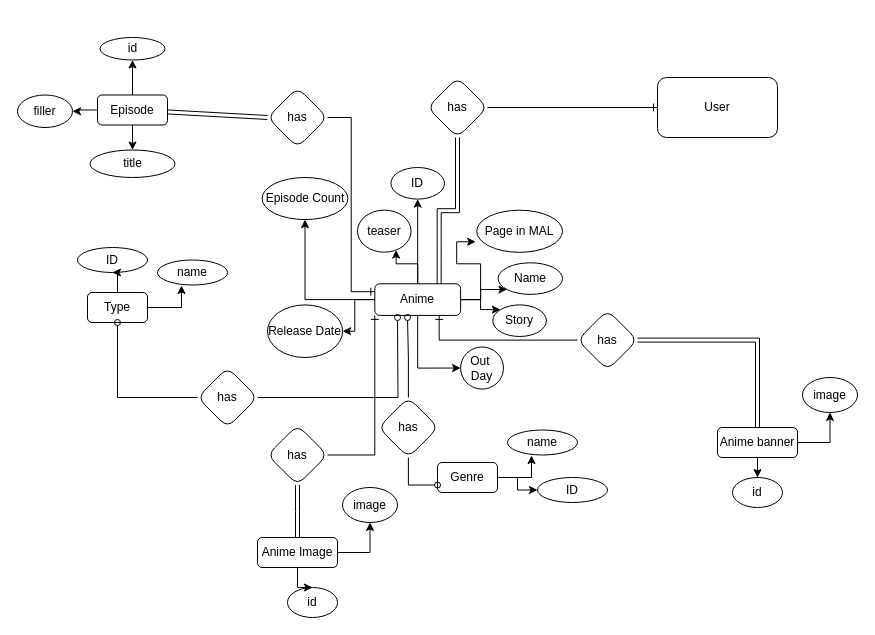
This is watch-diagrame.drawio from abd-el-rahman-abd-el-zaher/Watch, a draw.io file, before an edit. Source tidied: cells renumbered, new cells numbered last; positions are measured from the earlier drawing's top-left corner, leaving out a move shared by most shapes. Both pictures are drawn from the tidied source at 100%, with x=0, y=0 at pixel (17, 37).
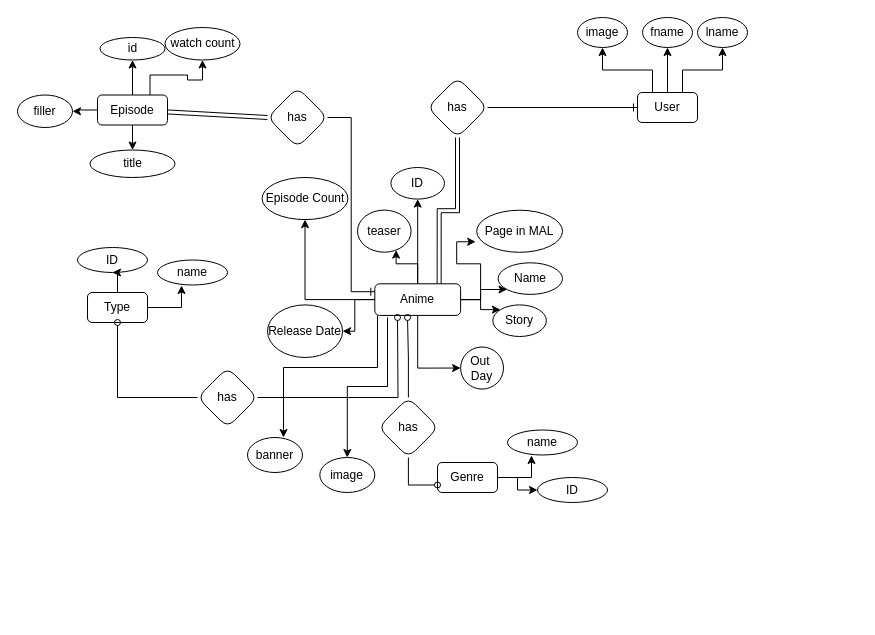
After the change.

The change refers to these unchanged cells:
```xml
<mxCell id="4" value="Anime" style="rounded=1;whiteSpace=wrap;html=1;" parent="3" vertex="1">
  <mxGeometry x="107.3" y="94.7" width="85.8" height="31.6" as="geometry" />
</mxCell>
```

Change to the diagram source:
```diff
@@
+    <mxCell id="72" style="edgeStyle=orthogonalEdgeStyle;rounded=0;jettySize=auto;html=1;" parent="1" edge="1" source="2" target="76">
+      <mxGeometry relative="1" as="geometry" />
+    </mxCell>
     <mxCell id="2" value="User" style="rounded=1;whiteSpace=wrap;html=1;" parent="1" vertex="1">
-      <mxGeometry x="640" y="40" width="120" height="60" as="geometry" />
+      <mxGeometry x="620" y="55" width="60" height="30" as="geometry" />
     </mxCell>
@@
-    <mxCell id="25" style="group;" parent="1" vertex="1">
-      <mxGeometry x="240" y="430" width="140" height="100" as="geometry" />
-    </mxCell>
-    <mxCell id="26" value="Anime Image" style="rounded=1;whiteSpace=wrap;html=1;" parent="25" vertex="1">
-      <mxGeometry y="70" width="80" height="30" as="geometry" />
-    </mxCell>
-    <mxCell id="27" value="image" style="ellipse;whiteSpace=wrap;html=1;rounded=1;" parent="25" vertex="1">
-      <mxGeometry x="85" y="20" width="55" height="35" as="geometry" />
-    </mxCell>
-    <mxCell id="28" style="edgeStyle=orthogonalEdgeStyle;rounded=0;jettySize=auto;html=1;" parent="25" edge="1" source="26" target="27">
-      <mxGeometry relative="1" as="geometry" />
-    </mxCell>
-    <mxCell id="29" style="group;" parent="1" vertex="1">
-      <mxGeometry x="700" y="320" width="140" height="100" as="geometry" />
-    </mxCell>
-    <mxCell id="30" value="Anime banner" style="rounded=1;whiteSpace=wrap;html=1;" parent="29" vertex="1">
-      <mxGeometry y="70" width="80" height="30" as="geometry" />
-    </mxCell>
-    <mxCell id="31" value="image" style="ellipse;whiteSpace=wrap;html=1;rounded=1;" parent="29" vertex="1">
-      <mxGeometry x="85" y="20" width="55" height="35" as="geometry" />
-    </mxCell>
-    <mxCell id="32" style="edgeStyle=orthogonalEdgeStyle;rounded=0;jettySize=auto;html=1;" parent="29" edge="1" source="30" target="31">
-      <mxGeometry relative="1" as="geometry" />
-    </mxCell>
@@
-    <mxCell id="40" style="group;" parent="1" vertex="1">
-      <mxGeometry x="72.5" width="137.5" height="140" as="geometry" />
-    </mxCell>
-    <mxCell id="41" value="Episode" style="rounded=1;whiteSpace=wrap;html=1;" parent="40" vertex="1">
-      <mxGeometry x="7.5" y="57.5" width="70" height="30" as="geometry" />
-    </mxCell>
-    <mxCell id="42" value="id" style="ellipse;whiteSpace=wrap;html=1;rounded=1;" parent="40" vertex="1">
-      <mxGeometry x="10" width="65" height="22.5" as="geometry" />
-    </mxCell>
-    <mxCell id="43" style="edgeStyle=orthogonalEdgeStyle;rounded=0;jettySize=auto;html=1;" parent="40" edge="1" source="41" target="42">
-      <mxGeometry relative="1" as="geometry" />
-    </mxCell>
-    <mxCell id="44" value="title" style="ellipse;whiteSpace=wrap;html=1;rounded=1;" parent="40" vertex="1">
-      <mxGeometry y="112.5" width="85" height="27.5" as="geometry" />
-    </mxCell>
-    <mxCell id="45" style="edgeStyle=orthogonalEdgeStyle;rounded=0;jettySize=auto;html=1;" parent="40" edge="1" source="41" target="44">
-      <mxGeometry relative="1" as="geometry" />
-    </mxCell>
-    <mxCell id="46" value="id" style="ellipse;whiteSpace=wrap;html=1;rounded=1;" parent="1" vertex="1">
-      <mxGeometry x="715" y="440" width="50" height="30" as="geometry" />
-    </mxCell>
-    <mxCell id="47" style="edgeStyle=orthogonalEdgeStyle;rounded=0;jettySize=auto;html=1;" parent="1" edge="1" source="30" target="46">
-      <mxGeometry relative="1" as="geometry" />
-    </mxCell>
@@
-    <mxCell id="55" value="filler" style="ellipse;whiteSpace=wrap;html=1;rounded=1;" parent="1" vertex="1">
-      <mxGeometry y="57.5" width="55" height="32.5" as="geometry" />
-    </mxCell>
-    <mxCell id="56" style="edgeStyle=orthogonalEdgeStyle;rounded=0;jettySize=auto;html=1;" parent="1" edge="1" source="41" target="55">
-      <mxGeometry relative="1" as="geometry" />
-    </mxCell>
@@
-    <mxCell id="58" style="edgeStyle=orthogonalEdgeStyle;rounded=0;jettySize=auto;html=1;entryX=0.5;entryY=0;entryDx=0;entryDy=0;shape=link;" parent="1" edge="1" source="60" target="30">
-      <mxGeometry relative="1" as="geometry" />
-    </mxCell>
-    <mxCell id="59" style="edgeStyle=orthogonalEdgeStyle;rounded=0;jettySize=auto;html=1;endArrow=ERone;endFill=0;entryX=0.75;entryY=1;entryDx=0;entryDy=0;" parent="1" edge="1" source="60" target="4">
-      <mxGeometry relative="1" as="geometry" />
-    </mxCell>
-    <mxCell id="60" value="has" style="rhombus;whiteSpace=wrap;html=1;rounded=1;" parent="1" vertex="1">
-      <mxGeometry x="560" y="272.6" width="60" height="60" as="geometry" />
-    </mxCell>
@@
-    <mxCell id="64" style="edgeStyle=orthogonalEdgeStyle;rounded=0;jettySize=auto;html=1;shape=link;" parent="1" edge="1" source="66">
-      <mxGeometry relative="1" as="geometry">
-        <mxPoint x="280" y="500" as="targetPoint" />
-      </mxGeometry>
-    </mxCell>
-    <mxCell id="65" style="edgeStyle=orthogonalEdgeStyle;rounded=0;jettySize=auto;html=1;endArrow=ERone;endFill=0;entryX=0;entryY=1;entryDx=0;entryDy=0;" parent="1" edge="1" source="66" target="4">
-      <mxGeometry relative="1" as="geometry" />
-    </mxCell>
-    <mxCell id="66" value="has" style="rhombus;whiteSpace=wrap;html=1;rounded=1;" parent="1" vertex="1">
-      <mxGeometry x="250" y="387.5" width="60" height="60" as="geometry" />
-    </mxCell>
-    <mxCell id="67" value="id" style="ellipse;whiteSpace=wrap;html=1;rounded=1;" parent="1" vertex="1">
-      <mxGeometry x="270" y="550" width="50" height="30" as="geometry" />
-    </mxCell>
-    <mxCell id="68" style="edgeStyle=orthogonalEdgeStyle;rounded=0;jettySize=auto;html=1;" parent="1" edge="1" source="26" target="67">
-      <mxGeometry relative="1" as="geometry" />
-    </mxCell>
@@
+    <mxCell id="73" style="group;" parent="1" vertex="1">
+      <mxGeometry width="222.5" height="140" as="geometry" />
+    </mxCell>
+    <mxCell id="40" style="group;" parent="73" vertex="1">
+      <mxGeometry x="72.5" width="150" height="140" as="geometry" />
+    </mxCell>
+    <mxCell id="41" value="Episode" style="rounded=1;whiteSpace=wrap;html=1;" parent="40" vertex="1">
+      <mxGeometry x="7.5" y="57.5" width="70" height="30" as="geometry" />
+    </mxCell>
+    <mxCell id="42" value="id" style="ellipse;whiteSpace=wrap;html=1;rounded=1;" parent="40" vertex="1">
+      <mxGeometry x="10" width="65" height="22.5" as="geometry" />
+    </mxCell>
+    <mxCell id="43" style="edgeStyle=orthogonalEdgeStyle;rounded=0;jettySize=auto;html=1;" parent="40" edge="1" source="41" target="42">
+      <mxGeometry relative="1" as="geometry" />
+    </mxCell>
+    <mxCell id="44" value="title" style="ellipse;whiteSpace=wrap;html=1;rounded=1;" parent="40" vertex="1">
+      <mxGeometry y="112.5" width="85" height="27.5" as="geometry" />
+    </mxCell>
+    <mxCell id="45" style="edgeStyle=orthogonalEdgeStyle;rounded=0;jettySize=auto;html=1;" parent="40" edge="1" source="41" target="44">
+      <mxGeometry relative="1" as="geometry" />
+    </mxCell>
+    <mxCell id="74" value="watch count" style="ellipse;whiteSpace=wrap;html=1;rounded=1;" parent="40" vertex="1">
+      <mxGeometry x="75" y="-10" width="75" height="32.5" as="geometry" />
+    </mxCell>
+    <mxCell id="75" style="edgeStyle=orthogonalEdgeStyle;rounded=0;jettySize=auto;html=1;entryX=0.5;entryY=1;entryDx=0;entryDy=0;exitX=0.75;exitY=0;exitDx=0;exitDy=0;" parent="40" edge="1" source="41" target="74">
+      <mxGeometry relative="1" as="geometry" />
+    </mxCell>
+    <mxCell id="55" value="filler" style="ellipse;whiteSpace=wrap;html=1;rounded=1;" parent="73" vertex="1">
+      <mxGeometry y="57.5" width="55" height="32.5" as="geometry" />
+    </mxCell>
+    <mxCell id="56" style="edgeStyle=orthogonalEdgeStyle;rounded=0;jettySize=auto;html=1;" parent="73" edge="1" source="41" target="55">
+      <mxGeometry relative="1" as="geometry" />
+    </mxCell>
+    <mxCell id="76" value="fname" style="ellipse;whiteSpace=wrap;html=1;rounded=1;" parent="1" vertex="1">
+      <mxGeometry x="625" y="-20" width="50" height="30" as="geometry" />
+    </mxCell>
+    <mxCell id="77" style="edgeStyle=orthogonalEdgeStyle;rounded=0;jettySize=auto;html=1;exitX=0.25;exitY=0;exitDx=0;exitDy=0;" parent="1" edge="1" source="2" target="78">
+      <mxGeometry relative="1" as="geometry" />
+    </mxCell>
+    <mxCell id="78" value="image" style="ellipse;whiteSpace=wrap;html=1;rounded=1;" parent="1" vertex="1">
+      <mxGeometry x="560" y="-20" width="50" height="30" as="geometry" />
+    </mxCell>
+    <mxCell id="79" style="edgeStyle=orthogonalEdgeStyle;rounded=0;jettySize=auto;html=1;exitX=0.75;exitY=0;exitDx=0;exitDy=0;" parent="1" edge="1" source="2" target="80">
+      <mxGeometry relative="1" as="geometry" />
+    </mxCell>
+    <mxCell id="80" value="lname" style="ellipse;whiteSpace=wrap;html=1;rounded=1;" parent="1" vertex="1">
+      <mxGeometry x="680" y="-20" width="50" height="30" as="geometry" />
+    </mxCell>
+    <mxCell id="28" style="edgeStyle=orthogonalEdgeStyle;rounded=0;jettySize=auto;html=1;exitX=0.148;exitY=1.067;exitDx=0;exitDy=0;exitPerimeter=0;" parent="1" edge="1" source="4" target="27">
+      <mxGeometry relative="1" as="geometry" />
+    </mxCell>
+    <mxCell id="27" value="image" style="ellipse;whiteSpace=wrap;html=1;rounded=1;" parent="1" vertex="1">
+      <mxGeometry x="302.3" y="420" width="55" height="35" as="geometry" />
+    </mxCell>
+    <mxCell id="31" value="banner" style="ellipse;whiteSpace=wrap;html=1;rounded=1;" parent="1" vertex="1">
+      <mxGeometry x="230" y="400" width="55" height="35" as="geometry" />
+    </mxCell>
+    <mxCell id="81" style="edgeStyle=orthogonalEdgeStyle;rounded=0;jettySize=auto;html=1;entryX=0.655;entryY=0;entryDx=0;entryDy=0;entryPerimeter=0;" parent="1" edge="1" source="4" target="31">
+      <mxGeometry relative="1" as="geometry">
+        <Array as="points">
+          <mxPoint x="360" y="330" />
+          <mxPoint x="266" y="330" />
+        </Array>
+      </mxGeometry>
+    </mxCell>
```
